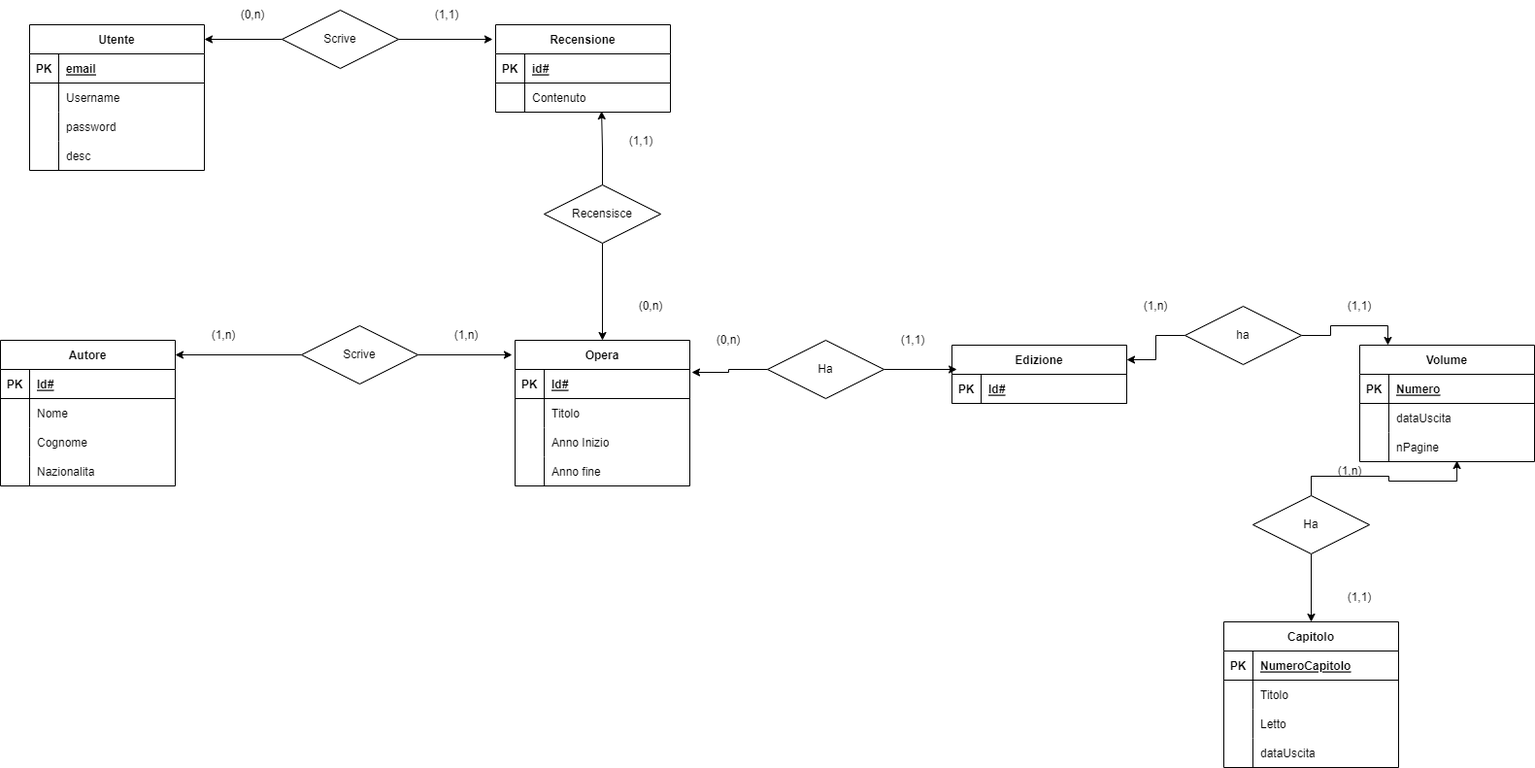
Above: Progetto Blog.drawio.png in Cavosky/blog (draw.io), before the change. Source tidied: cells renumbered, new cells last; positions are measured from the earlier drawing's top-left corner, leaving out a move shared by most shapes.
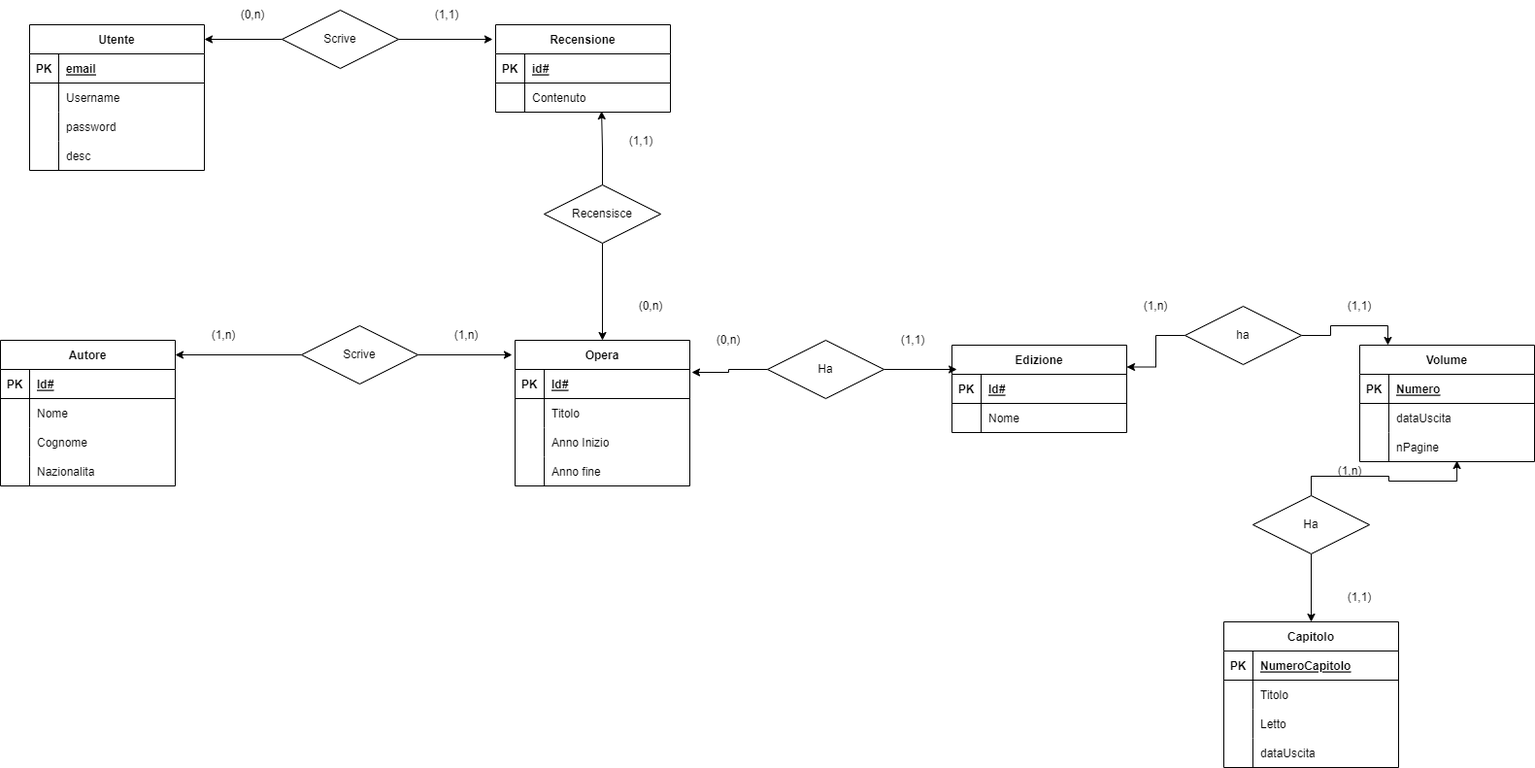
The same file after the commit.

Change to the diagram source:
```diff
@@ -273,7 +273,7 @@
       <mxGeometry x="1260" y="400" width="180" height="30" as="geometry" />
     </mxCell>
     <mxCell id="92" value="Edizione" style="shape=table;startSize=30;rowLines=0;fontStyle=1;align=center;" parent="1" vertex="1">
-      <mxGeometry x="980" y="355" width="180" height="60" as="geometry" />
+      <mxGeometry x="980" y="355" width="180" height="90" as="geometry" />
     </mxCell>
     <mxCell id="93" style="shape=tableRow;horizontal=0;startSize=0;swimlaneHead=0;swimlaneBody=0;fillColor=none;points=[[0,0.5],[1,0.5]];portConstraint=eastwest;top=0;left=0;right=0;bottom=1;" parent="92" vertex="1">
       <mxGeometry y="30" width="180" height="30" as="geometry" />
@@ -284,6 +284,15 @@
     <mxCell id="95" value="Id#" style="shape=partialRectangle;fillColor=none;top=0;left=0;bottom=0;right=0;align=left;spacingLeft=6;fontStyle=5;overflow=hidden;" parent="93" vertex="1">
       <mxGeometry x="30" width="150" height="30" as="geometry" />
     </mxCell>
+    <mxCell id="106" style="shape=tableRow;horizontal=0;startSize=0;swimlaneHead=0;swimlaneBody=0;fillColor=none;top=0;left=0;right=0;bottom=0;" parent="92" vertex="1">
+      <mxGeometry y="60" width="180" height="30" as="geometry" />
+    </mxCell>
+    <mxCell id="107" style="shape=partialRectangle;fillColor=none;top=0;left=0;bottom=0;right=0;overflow=hidden;" parent="106" vertex="1">
+      <mxGeometry width="30" height="30" as="geometry" />
+    </mxCell>
+    <mxCell id="108" value="Nome" style="shape=partialRectangle;fillColor=none;top=0;left=0;bottom=0;right=0;align=left;spacingLeft=6;overflow=hidden;" parent="106" vertex="1">
+      <mxGeometry x="30" width="150" height="30" as="geometry" />
+    </mxCell>
     <mxCell id="96" style="edgeStyle=orthogonalEdgeStyle;rounded=0;jettySize=auto;html=1;entryX=0.028;entryY=-0.167;entryDx=0;entryDy=0;entryPerimeter=0;" parent="1" edge="1" source="98" target="93">
       <mxGeometry relative="1" as="geometry" />
     </mxCell>
```
